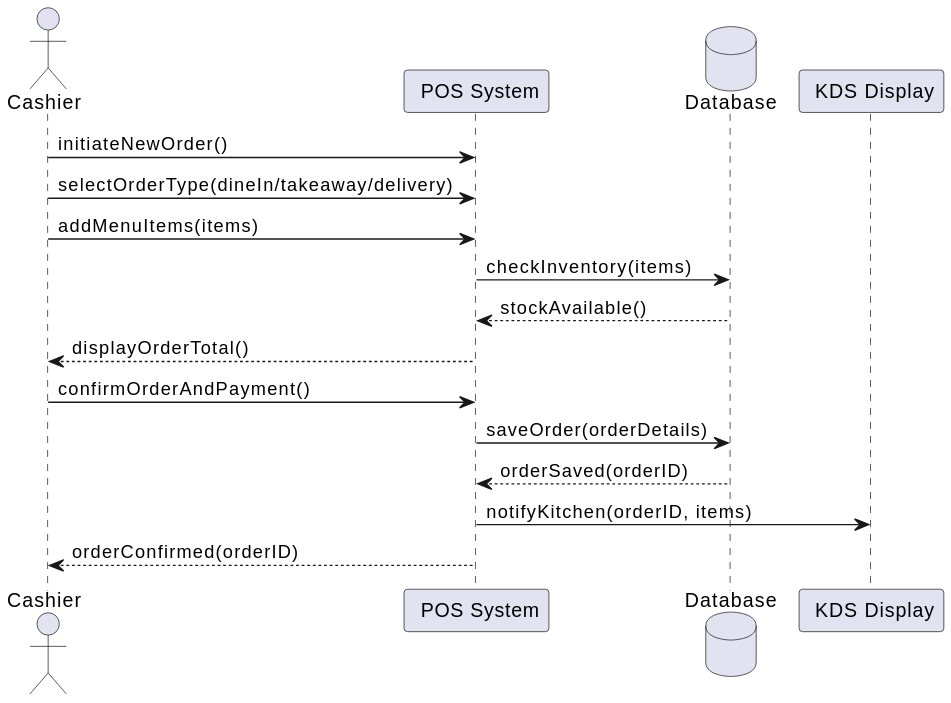
Above: sds/diagrams/export/sequence-UC-02.svg in seng31242-bkrestaurant-2026/documents (PlantUML), before the change. The source it was exported from:
```plantuml
@startuml
actor Cashier

participant "️ POS System" as POS
database "️ Database" as DB
participant " KDS Display" as KDS

Cashier -> POS : initiateNewOrder()
Cashier -> POS : selectOrderType(dineIn/takeaway/delivery)
Cashier -> POS : addMenuItems(items)

POS -> DB : checkInventory(items)
DB --> POS : stockAvailable()

POS --> Cashier : displayOrderTotal()

Cashier -> POS : confirmOrderAndPayment()

POS -> DB : saveOrder(orderDetails)
DB --> POS : orderSaved(orderID)

POS -> KDS : notifyKitchen(orderID, items)

POS --> Cashier : orderConfirmed(orderID)
@enduml
```
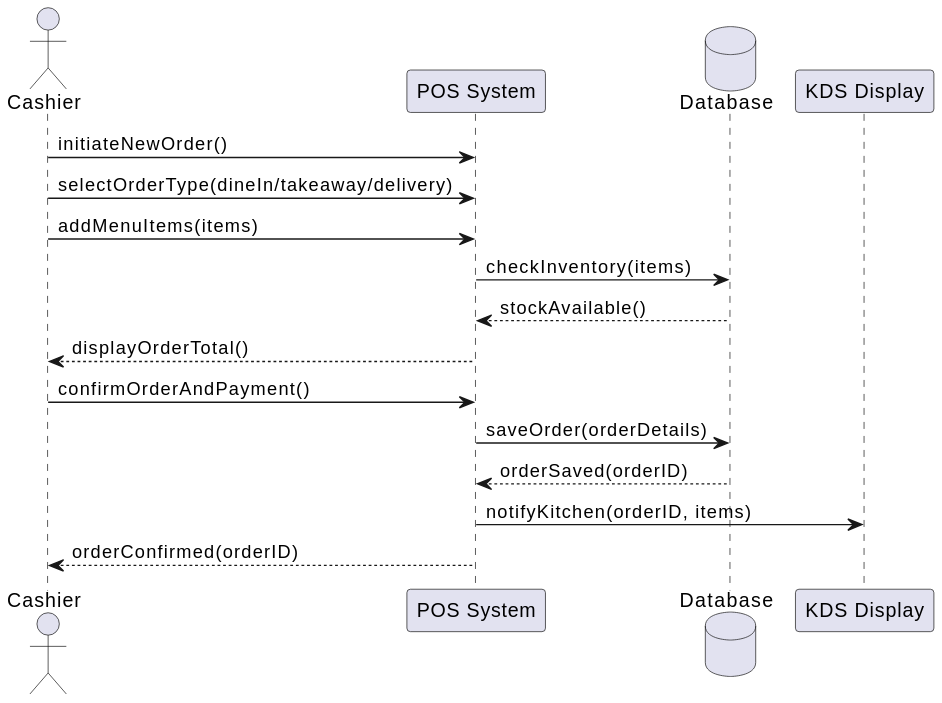
The same file after the commit.

Diff of the diagram source:
```diff
@@ -1,9 +1,9 @@
 @startuml
 actor Cashier
 
-participant "️ POS System" as POS
-database "️ Database" as DB
-participant " KDS Display" as KDS
+participant "POS System" as POS
+database "Database" as DB
+participant "KDS Display" as KDS
 
 Cashier -> POS : initiateNewOrder()
 Cashier -> POS : selectOrderType(dineIn/takeaway/delivery)
```
